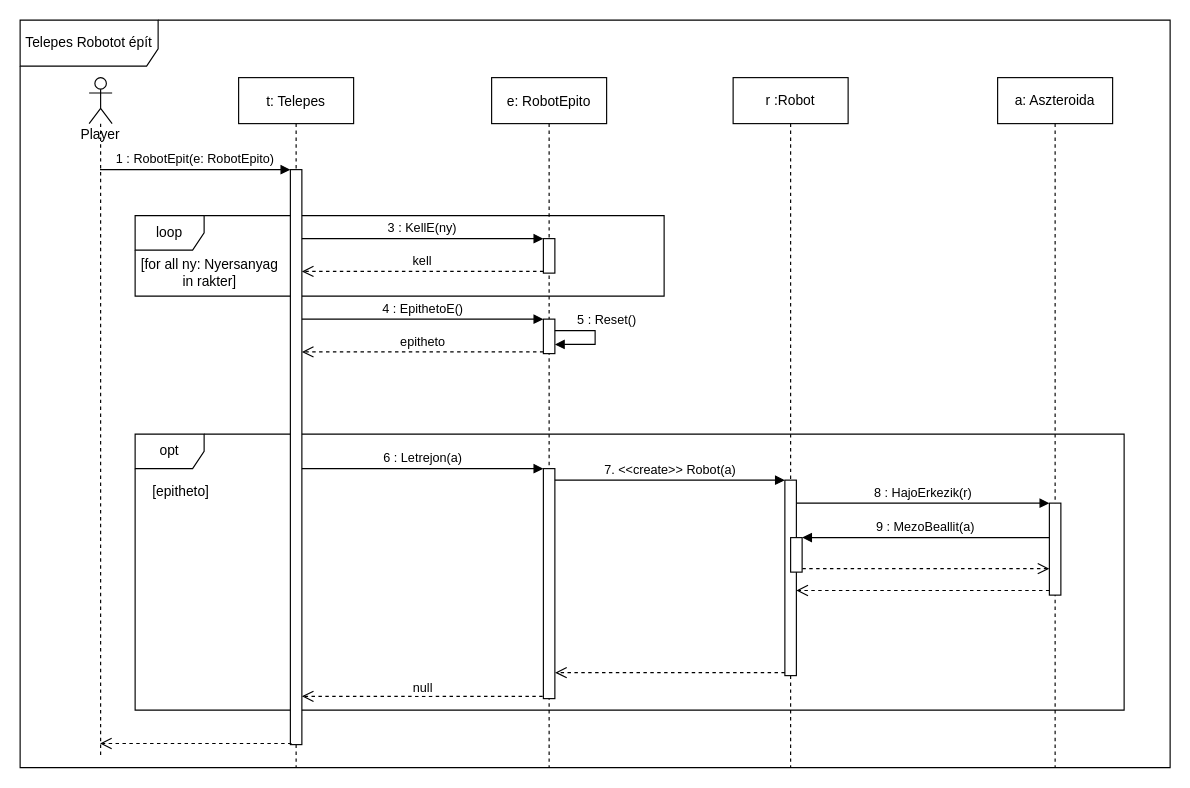
Above: doc/szekvencia/4het_szek_TelepesRobototEpit.drawio in torpeBoiGo/aszteroidabanyaszat (draw.io), before the change. Source tidied: cells renumbered, new cells numbered last; positions are measured from the earlier drawing's top-left corner, leaving out a move shared by most shapes. Both pictures are drawn from the tidied source at 115%, with x=0, y=0 at pixel (20, 20).
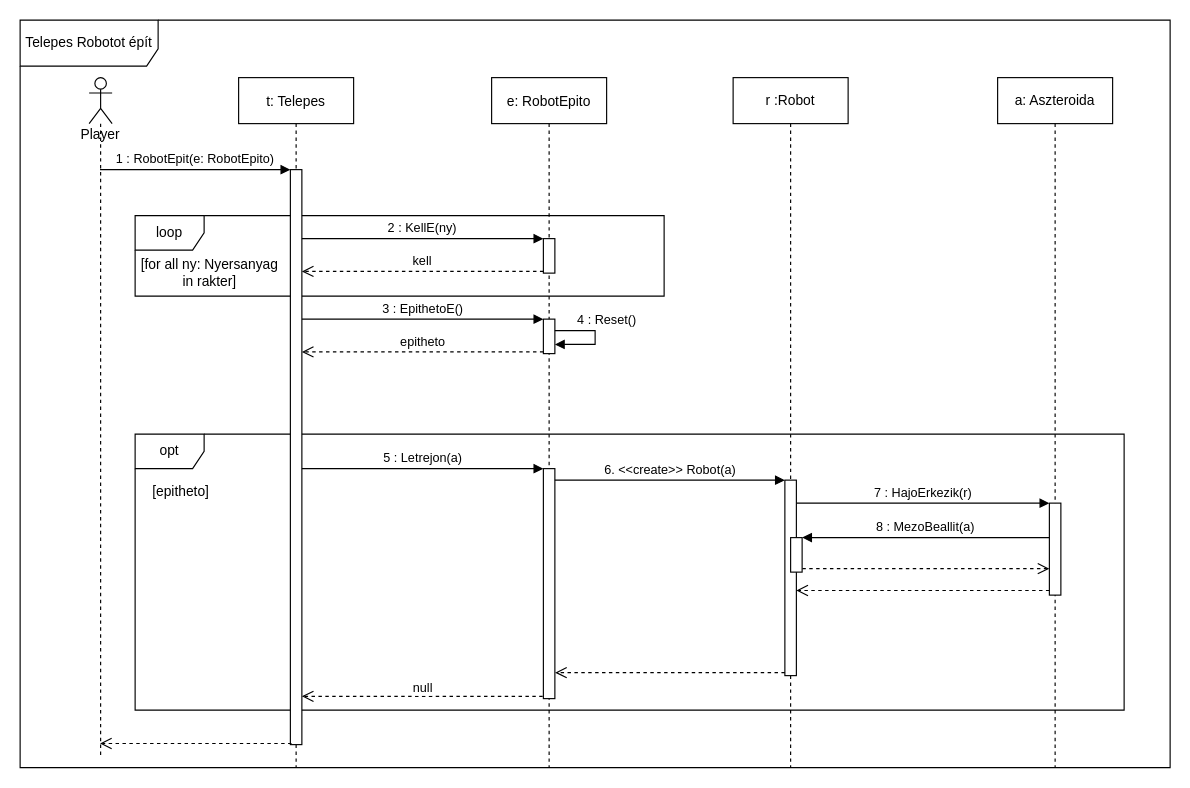
The same page after the edit.

Commit message:
Update 4het_szek_TelepesRobototEpit.drawio: szamozas javitasa

The change refers to these unchanged cells:
```xml
<mxCell id="8" style="html=1;points=[];perimeter=orthogonalPerimeter;" parent="6" vertex="1">
  <mxGeometry x="45" y="80" width="10" height="500" as="geometry" />
</mxCell>
<mxCell id="9" value="e: RobotEpito" style="shape=umlLifeline;perimeter=lifelinePerimeter;rounded=0;shadow=0;strokeWidth=1;" parent="1" vertex="1">
  <mxGeometry x="410" y="50" width="100" height="600" as="geometry" />
</mxCell>
<mxCell id="10" style="html=1;points=[];perimeter=orthogonalPerimeter;" parent="9" vertex="1">
  <mxGeometry x="45" y="210" width="10" height="30" as="geometry" />
</mxCell>
<mxCell id="11" style="points=[];perimeter=orthogonalPerimeter;rounded=0;shadow=0;strokeWidth=1;" parent="9" vertex="1">
  <mxGeometry x="45" y="140" width="10" height="30" as="geometry" />
</mxCell>
<mxCell id="12" style="html=1;points=[];perimeter=orthogonalPerimeter;" parent="9" vertex="1">
  <mxGeometry x="45" y="340" width="10" height="200" as="geometry" />
</mxCell>
<mxCell id="20" style="html=1;points=[];perimeter=orthogonalPerimeter;" parent="19" vertex="1">
  <mxGeometry x="45" y="370" width="10" height="80" as="geometry" />
</mxCell>
<mxCell id="30" style="html=1;points=[];perimeter=orthogonalPerimeter;" parent="29" vertex="1">
  <mxGeometry x="45" y="350" width="10" height="170" as="geometry" />
</mxCell>
<mxCell id="31" style="html=1;points=[];perimeter=orthogonalPerimeter;" parent="29" vertex="1">
  <mxGeometry x="50" y="400" width="10" height="30" as="geometry" />
</mxCell>
```

What changed in the source:
```diff
@@
-    <mxCell id="4" value="4 : EpithetoE()" style="html=1;verticalAlign=bottom;endArrow=block;entryX=0;entryY=0;" parent="1" edge="1" source="8" target="10">
+    <mxCell id="4" value="3 : EpithetoE()" style="html=1;verticalAlign=bottom;endArrow=block;entryX=0;entryY=0;" parent="1" edge="1" source="8" target="10">
       <mxGeometry relative="1" as="geometry" />
     </mxCell>
@@
-    <mxCell id="13" value="5 : Reset()" style="html=1;verticalAlign=bottom;endArrow=block;entryX=1;entryY=0.733;entryDx=0;entryDy=0;entryPerimeter=0;rounded=0;" parent="9" edge="1" target="10">
+    <mxCell id="13" value="4 : Reset()" style="html=1;verticalAlign=bottom;endArrow=block;entryX=1;entryY=0.733;entryDx=0;entryDy=0;entryPerimeter=0;rounded=0;" parent="9" edge="1" target="10">
       <mxGeometry x="-0.15" y="10" relative="1" as="geometry">
         <mxPoint x="55" y="220" as="sourcePoint" />
         <Array as="points">
           <mxPoint x="90" y="220" />
           <mxPoint x="90" y="232" />
         </Array>
       </mxGeometry>
     </mxCell>
@@
-    <mxCell id="15" value="3 : KellE(ny)" style="verticalAlign=bottom;endArrow=block;entryX=0;entryY=0;shadow=0;strokeWidth=1;" parent="1" edge="1" source="8" target="11">
+    <mxCell id="15" value="2 : KellE(ny)" style="verticalAlign=bottom;endArrow=block;entryX=0;entryY=0;shadow=0;strokeWidth=1;" parent="1" edge="1" source="8" target="11">
       <mxGeometry relative="1" as="geometry" />
     </mxCell>
@@
-    <mxCell id="21" value="8 : HajoErkezik(r)" style="html=1;verticalAlign=bottom;endArrow=block;entryX=0;entryY=0;" parent="1" edge="1" source="30" target="20">
+    <mxCell id="21" value="7 : HajoErkezik(r)" style="html=1;verticalAlign=bottom;endArrow=block;entryX=0;entryY=0;" parent="1" edge="1" source="30" target="20">
       <mxGeometry relative="1" as="geometry" />
     </mxCell>
@@
-    <mxCell id="23" value="9 : MezoBeallit(a)" style="html=1;verticalAlign=bottom;endArrow=block;" parent="1" edge="1" source="20" target="31">
+    <mxCell id="23" value="8 : MezoBeallit(a)" style="html=1;verticalAlign=bottom;endArrow=block;" parent="1" edge="1" source="20" target="31">
       <mxGeometry relative="1" as="geometry">
         <Array as="points">
           <mxPoint x="790" y="450" />
         </Array>
       </mxGeometry>
     </mxCell>
@@
-    <mxCell id="26" value="6 : Letrejon(a)" style="html=1;verticalAlign=bottom;endArrow=block;entryX=0;entryY=0;" parent="1" edge="1" source="8" target="12">
+    <mxCell id="26" value="5 : Letrejon(a)" style="html=1;verticalAlign=bottom;endArrow=block;entryX=0;entryY=0;" parent="1" edge="1" source="8" target="12">
       <mxGeometry relative="1" as="geometry">
         <Array as="points">
           <mxPoint x="320" y="390" />
         </Array>
       </mxGeometry>
     </mxCell>
@@
-    <mxCell id="32" value="7. &amp;lt;&amp;lt;create&amp;gt;&amp;gt; Robot(a)" style="html=1;verticalAlign=bottom;endArrow=block;strokeColor=#000000;" parent="1" edge="1" source="12" target="30">
+    <mxCell id="32" value="6. &amp;lt;&amp;lt;create&amp;gt;&amp;gt; Robot(a)" style="html=1;verticalAlign=bottom;endArrow=block;strokeColor=#000000;" parent="1" edge="1" source="12" target="30">
       <mxGeometry relative="1" as="geometry">
         <Array as="points">
           <mxPoint x="610" y="400" />
         </Array>
       </mxGeometry>
     </mxCell>
```
